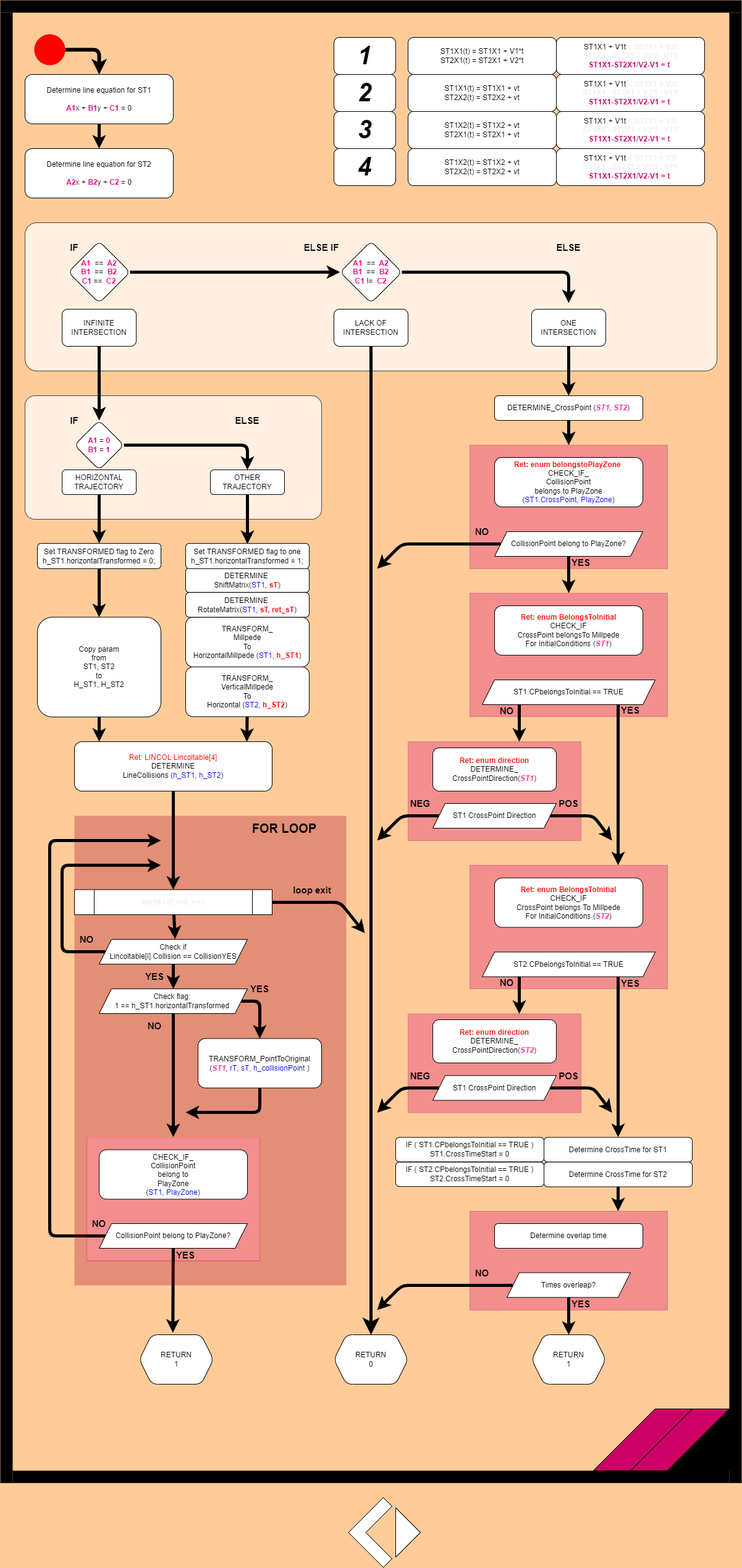
Before: test.drawio.png, a diagram exported from draw.io (bajraan/MWP3_2C1---Stonogi). Source tidied: cells renumbered, new cells last; positions are measured from the earlier drawing's top-left corner, leaving out a move shared by most shapes.
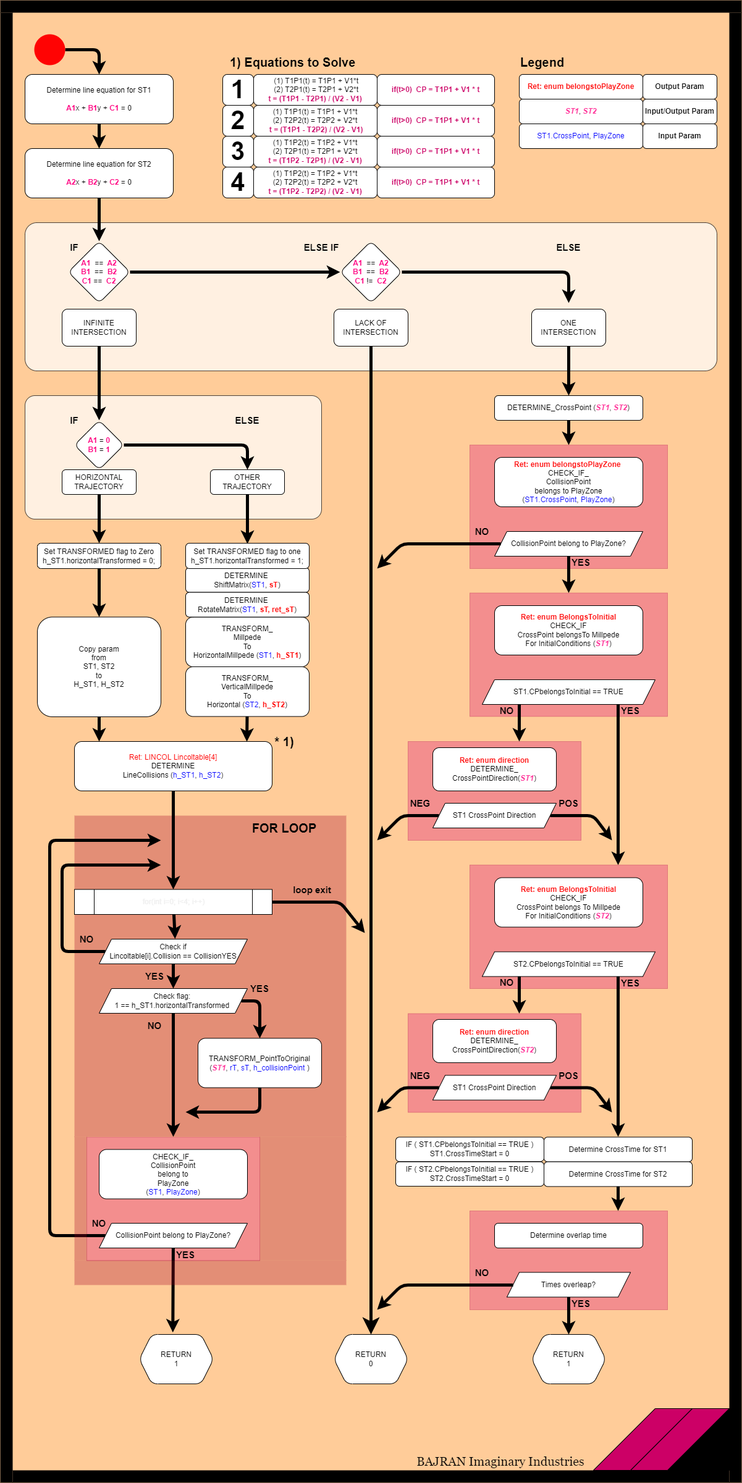
After the change.

Diff of the diagram source:
```diff
@@ -26,12 +26,15 @@
     <mxCell id="9" style="rounded=1;whiteSpace=wrap;html=1;fontColor=#FF0080;opacity=70;strokeOpacity=100;fillOpacity=100;glass=0;sketch=0;shadow=0;arcSize=8;" parent="1" vertex="1">
       <mxGeometry x="40" y="360" width="1120" height="240" as="geometry" />
     </mxCell>
-    <mxCell id="10" style="edgeStyle=none;html=1;entryX=0.5;entryY=0;entryDx=0;entryDy=0;fontColor=#000000;startSize=12;endSize=6;targetPerimeterSpacing=0;strokeColor=default;strokeWidth=5;" parent="1" edge="1" source="11" target="12">
+    <mxCell id="10" style="edgeStyle=none;html=1;entryX=0.5;entryY=0;entryDx=0;entryDy=0;fontColor=#000000;startSize=6;endSize=6;targetPerimeterSpacing=0;strokeColor=default;strokeWidth=5;" parent="1" edge="1" source="11" target="12">
       <mxGeometry relative="1" as="geometry" />
     </mxCell>
     <mxCell id="11" value="Determine line equation for ST1&lt;br&gt;&lt;br&gt;&lt;b&gt;&lt;font color=&quot;#ff0080&quot;&gt;A1&lt;/font&gt;&lt;/b&gt;x +&amp;nbsp;&lt;b&gt;&lt;font color=&quot;#ff0080&quot;&gt;B1&lt;/font&gt;&lt;/b&gt;y +&amp;nbsp;&lt;b&gt;&lt;font color=&quot;#ff0080&quot;&gt;C1&lt;/font&gt;&lt;/b&gt;&amp;nbsp;= 0" style="whiteSpace=wrap;html=1;rounded=1;" parent="1" vertex="1">
       <mxGeometry x="40" y="120" width="240" height="80" as="geometry" />
     </mxCell>
+    <mxCell id="143" style="edgeStyle=none;html=1;entryX=1;entryY=0.25;entryDx=0;entryDy=0;startSize=6;endSize=6;strokeWidth=5;" parent="1" edge="1" source="12" target="40">
+      <mxGeometry relative="1" as="geometry" />
+    </mxCell>
     <mxCell id="12" value="Determine line equation for ST2&lt;br&gt;&lt;br&gt;&lt;b&gt;&lt;font color=&quot;#ff0080&quot;&gt;A2&lt;/font&gt;&lt;/b&gt;x + &lt;b&gt;&lt;font color=&quot;#ff0080&quot;&gt;B2&lt;/font&gt;&lt;/b&gt;y + &lt;b&gt;&lt;font color=&quot;#ff0080&quot;&gt;C2&lt;/font&gt;&lt;/b&gt; = 0" style="whiteSpace=wrap;html=1;rounded=1;" parent="1" vertex="1">
       <mxGeometry x="40" y="240" width="240" height="80" as="geometry" />
     </mxCell>
@@ -199,24 +202,12 @@
     <mxCell id="56" value="&lt;b&gt;&lt;font style=&quot;font-size: 15px&quot;&gt;ELSE&lt;/font&gt;&lt;/b&gt;" style="text;html=1;strokeColor=none;fillColor=none;align=center;verticalAlign=middle;whiteSpace=wrap;rounded=0;" parent="1" vertex="1">
       <mxGeometry x="360" y="660" width="80" height="40" as="geometry" />
     </mxCell>
-    <mxCell id="57" value="ST1X1(t) = ST1X1 + V1*t&lt;br&gt;ST2X1(t) = ST2X1 + V2*t" style="whiteSpace=wrap;html=1;rounded=1;" parent="1" vertex="1">
-      <mxGeometry x="660" y="60" width="240" height="60" as="geometry" />
-    </mxCell>
-    <mxCell id="58" value="&lt;i&gt;&lt;b&gt;&lt;font style=&quot;font-size: 41px&quot;&gt;1&lt;/font&gt;&lt;/b&gt;&lt;/i&gt;" style="whiteSpace=wrap;html=1;rounded=1;" parent="1" vertex="1">
-      <mxGeometry x="540" y="60" width="100" height="60" as="geometry" />
+    <mxCell id="58" value="&lt;b&gt;&lt;font style=&quot;font-size: 41px&quot;&gt;1&lt;/font&gt;&lt;/b&gt;" style="whiteSpace=wrap;html=1;rounded=1;" parent="1" vertex="1">
+      <mxGeometry x="360" y="120" width="50" height="50" as="geometry" />
     </mxCell>
-    <mxCell id="59" value="ST1X2(t) = ST1X2 + vt&lt;br&gt;ST2X1(t) = ST2X1 + vt" style="whiteSpace=wrap;html=1;rounded=1;" parent="1" vertex="1">
-      <mxGeometry x="660" y="180" width="240" height="60" as="geometry" />
-    </mxCell>
-    <mxCell id="60" value="ST1X1 + V1t&amp;nbsp;&lt;font color=&quot;#f0f0f0&quot;&gt;= ST2X1 + V2t&lt;/font&gt;&lt;br style=&quot;color: rgb(255 , 255 , 255)&quot;&gt;&lt;font color=&quot;#f0f0f0&quot;&gt;ST1X1 - ST2X1 = V2*t - V1*t&lt;/font&gt;&lt;br style=&quot;color: rgb(255 , 255 , 255)&quot;&gt;&lt;b&gt;&lt;font color=&quot;#cc0066&quot;&gt;ST1X1-ST2X1/V2-V1 = t&amp;nbsp;&lt;/font&gt;&lt;/b&gt;" style="whiteSpace=wrap;html=1;rounded=1;" parent="1" vertex="1">
-      <mxGeometry x="900" y="60" width="240" height="60" as="geometry" />
+    <mxCell id="60" value="&lt;div&gt;&amp;nbsp;(1) T1P1(t) = T1P1 + V1*t&lt;/div&gt;&lt;div&gt;&amp;nbsp;(2) T2P1(t) = T2P1 + V2*t&lt;/div&gt;&lt;font color=&quot;#cc0066&quot;&gt;&lt;b&gt;t = (T1P1 - T2P1) / (V2 - V1)&lt;/b&gt;&lt;/font&gt;" style="whiteSpace=wrap;html=1;rounded=1;" parent="1" vertex="1">
+      <mxGeometry x="410" y="120" width="200" height="50" as="geometry" />
     </mxCell>
-    <mxCell id="61" value="ST1X2(t) = ST1X2 + vt&lt;br&gt;ST2X2(t) = ST2X2 + vt" style="whiteSpace=wrap;html=1;rounded=1;" parent="1" vertex="1">
-      <mxGeometry x="660" y="240" width="240" height="60" as="geometry" />
-    </mxCell>
-    <mxCell id="62" value="ST1X1(t) = ST1X1 + vt&lt;br&gt;ST2X2(t) = ST2X2 + vt" style="whiteSpace=wrap;html=1;rounded=1;" parent="1" vertex="1">
-      <mxGeometry x="660" y="120" width="240" height="60" as="geometry" />
-    </mxCell>
     <mxCell id="63" style="edgeStyle=none;html=1;strokeWidth=5;exitX=0;exitY=0.5;exitDx=0;exitDy=0;" parent="1" edge="1">
       <mxGeometry relative="1" as="geometry">
         <mxPoint x="830" y="2080" as="sourcePoint" />
@@ -238,7 +229,7 @@
     <mxCell id="67" style="rounded=0;whiteSpace=wrap;html=1;shadow=0;glass=0;labelBackgroundColor=none;labelBorderColor=none;fontColor=#ffffff;fillColor=#000000;strokeColor=none;" parent="1" vertex="1">
       <mxGeometry x="1180" y="20" width="20" height="2380" as="geometry" />
     </mxCell>
-    <mxCell id="68" style="edgeStyle=none;html=1;fontColor=#0000FF;startSize=12;strokeWidth=6;entryX=0.5;entryY=0;entryDx=0;entryDy=0;" parent="1" edge="1" source="69" target="11">
+    <mxCell id="68" style="edgeStyle=none;html=1;fontColor=#0000FF;startSize=6;strokeWidth=5;entryX=0.5;entryY=0;entryDx=0;entryDy=0;" parent="1" edge="1" source="69" target="11">
       <mxGeometry relative="1" as="geometry">
         <Array as="points">
           <mxPoint x="160" y="80" />
@@ -248,23 +239,20 @@
     <mxCell id="69" style="ellipse;fillColor=#FF0303;strokeColor=none;shadow=0;glass=0;labelBackgroundColor=none;labelBorderColor=none;fontColor=#000000;html=1;" parent="1" vertex="1">
       <mxGeometry x="55" y="55" width="50" height="50" as="geometry" />
     </mxCell>
-    <mxCell id="70" value="ST1X1 + V1t&amp;nbsp;&lt;font color=&quot;#f0f0f0&quot;&gt;= ST2X1 + V2t&lt;/font&gt;&lt;br style=&quot;color: rgb(255 , 255 , 255)&quot;&gt;&lt;font color=&quot;#f0f0f0&quot;&gt;ST1X1 - ST2X1 = V2*t - V1*t&lt;/font&gt;&lt;br style=&quot;color: rgb(255 , 255 , 255)&quot;&gt;&lt;b&gt;&lt;font color=&quot;#cc0066&quot;&gt;ST1X1-ST2X1/V2-V1 = t&amp;nbsp;&lt;/font&gt;&lt;/b&gt;" style="whiteSpace=wrap;html=1;rounded=1;" parent="1" vertex="1">
-      <mxGeometry x="900" y="120" width="240" height="60" as="geometry" />
+    <mxCell id="70" value="&lt;div&gt;(1) T1P1(t) = T1P1 + V1*t&lt;/div&gt;&lt;div&gt;(2) T2P2(t) = T2P2 + V2*t&lt;/div&gt;&lt;b&gt;&lt;font color=&quot;#cc0066&quot;&gt;&amp;nbsp;t = (T1P1 - T2P2) / (V2 - V1)&lt;/font&gt;&lt;/b&gt;" style="whiteSpace=wrap;html=1;rounded=1;" parent="1" vertex="1">
+      <mxGeometry x="410" y="170" width="200" height="50" as="geometry" />
     </mxCell>
-    <mxCell id="71" value="ST1X1 + V1t&amp;nbsp;&lt;font color=&quot;#f0f0f0&quot;&gt;= ST2X1 + V2t&lt;/font&gt;&lt;br style=&quot;color: rgb(255 , 255 , 255)&quot;&gt;&lt;font color=&quot;#f0f0f0&quot;&gt;ST1X1 - ST2X1 = V2*t - V1*t&lt;/font&gt;&lt;br style=&quot;color: rgb(255 , 255 , 255)&quot;&gt;&lt;b&gt;&lt;font color=&quot;#cc0066&quot;&gt;ST1X1-ST2X1/V2-V1 = t&amp;nbsp;&lt;/font&gt;&lt;/b&gt;" style="whiteSpace=wrap;html=1;rounded=1;" parent="1" vertex="1">
-      <mxGeometry x="900" y="180" width="240" height="60" as="geometry" />
+    <mxCell id="71" value="&lt;div&gt;(1) T1P2(t) = T1P2 + V1*t&lt;/div&gt;&lt;div&gt;(2) T2P1(t) = T2P1 + V2*t&lt;/div&gt;&lt;font color=&quot;#cc0066&quot;&gt;&lt;b&gt;t = (T1P2 - T2P1) / (V2 - V1)&lt;/b&gt;&lt;/font&gt;" style="whiteSpace=wrap;html=1;rounded=1;" parent="1" vertex="1">
+      <mxGeometry x="410" y="220" width="200" height="50" as="geometry" />
     </mxCell>
-    <mxCell id="72" value="ST1X1 + V1t&amp;nbsp;&lt;font color=&quot;#f0f0f0&quot;&gt;= ST2X1 + V2t&lt;/font&gt;&lt;br style=&quot;color: rgb(255 , 255 , 255)&quot;&gt;&lt;font color=&quot;#f0f0f0&quot;&gt;ST1X1 - ST2X1 = V2*t - V1*t&lt;/font&gt;&lt;br style=&quot;color: rgb(255 , 255 , 255)&quot;&gt;&lt;b&gt;&lt;font color=&quot;#cc0066&quot;&gt;ST1X1-ST2X1/V2-V1 = t&amp;nbsp;&lt;/font&gt;&lt;/b&gt;" style="whiteSpace=wrap;html=1;rounded=1;" parent="1" vertex="1">
-      <mxGeometry x="900" y="240" width="240" height="60" as="geometry" />
-    </mxCell>
-    <mxCell id="73" value="&lt;i&gt;&lt;b&gt;&lt;font style=&quot;font-size: 41px&quot;&gt;2&lt;/font&gt;&lt;/b&gt;&lt;/i&gt;" style="whiteSpace=wrap;html=1;rounded=1;" parent="1" vertex="1">
-      <mxGeometry x="540" y="120" width="100" height="60" as="geometry" />
+    <mxCell id="73" value="&lt;b&gt;&lt;font style=&quot;font-size: 41px&quot;&gt;2&lt;/font&gt;&lt;/b&gt;" style="whiteSpace=wrap;html=1;rounded=1;" parent="1" vertex="1">
+      <mxGeometry x="360" y="170" width="50" height="50" as="geometry" />
     </mxCell>
-    <mxCell id="74" value="&lt;font face=&quot;helvetica&quot;&gt;&lt;span style=&quot;font-size: 41px&quot;&gt;&lt;b&gt;&lt;i&gt;3&lt;/i&gt;&lt;/b&gt;&lt;/span&gt;&lt;/font&gt;" style="whiteSpace=wrap;html=1;rounded=1;" parent="1" vertex="1">
-      <mxGeometry x="540" y="180" width="100" height="60" as="geometry" />
+    <mxCell id="74" value="&lt;font face=&quot;helvetica&quot;&gt;&lt;span style=&quot;font-size: 41px&quot;&gt;&lt;b&gt;3&lt;/b&gt;&lt;/span&gt;&lt;/font&gt;" style="whiteSpace=wrap;html=1;rounded=1;" parent="1" vertex="1">
+      <mxGeometry x="360" y="220" width="50" height="50" as="geometry" />
     </mxCell>
-    <mxCell id="75" value="&lt;span style=&quot;font-size: 41px&quot;&gt;&lt;b&gt;&lt;i&gt;4&lt;/i&gt;&lt;/b&gt;&lt;/span&gt;" style="whiteSpace=wrap;html=1;rounded=1;" parent="1" vertex="1">
-      <mxGeometry x="540" y="240" width="100" height="60" as="geometry" />
+    <mxCell id="75" value="&lt;span style=&quot;font-size: 41px&quot;&gt;&lt;b&gt;4&lt;/b&gt;&lt;/span&gt;" style="whiteSpace=wrap;html=1;rounded=1;" parent="1" vertex="1">
+      <mxGeometry x="360" y="270" width="50" height="50" as="geometry" />
     </mxCell>
     <mxCell id="76" value="&lt;b&gt;&lt;font color=&quot;#ff0303&quot;&gt;Ret: enum BelongsToInitial&lt;/font&gt;&lt;/b&gt;&lt;br&gt;CHECK_IF&lt;br&gt;CrossPoint belongsTo Millpede&lt;br&gt;For InitialConditions (&lt;b&gt;&lt;i&gt;&lt;font color=&quot;#ff3399&quot;&gt;ST1&lt;/font&gt;&lt;/i&gt;&lt;/b&gt;)" style="whiteSpace=wrap;html=1;rounded=1;" parent="1" vertex="1">
       <mxGeometry x="800" y="980" width="240" height="80" as="geometry" />
@@ -507,14 +495,59 @@
     <mxCell id="139" style="rounded=0;whiteSpace=wrap;html=1;shadow=0;glass=0;opacity=30;fillColor=#a20025;fontColor=#ffffff;strokeColor=none;" parent="1" vertex="1">
       <mxGeometry x="120" y="1840" width="20" height="200" as="geometry" />
     </mxCell>
-    <mxCell id="140" style="triangle;whiteSpace=wrap;html=1;fontFamily=Courier New;fontSize=36;fontColor=#FF0303;" parent="1" vertex="1">
-      <mxGeometry x="640" y="2440" width="40" height="80" as="geometry" />
-    </mxCell>
-    <mxCell id="141" style="shape=corner;whiteSpace=wrap;html=1;fontFamily=Courier New;fontSize=36;fontColor=#FF0303;rotation=-45;dx=20;dy=20;" parent="1" vertex="1">
-      <mxGeometry x="580" y="2440" width="80" height="80" as="geometry" />
-    </mxCell>
     <mxCell id="142" value="&lt;span style=&quot;font-size: 15px&quot;&gt;&lt;b&gt;loop exit&lt;/b&gt;&lt;/span&gt;" style="text;html=1;strokeColor=none;fillColor=none;align=center;verticalAlign=middle;whiteSpace=wrap;rounded=0;shadow=0;glass=0;labelBackgroundColor=none;labelBorderColor=none;opacity=30;" parent="1" vertex="1">
       <mxGeometry x="470" y="1430" width="70" height="20" as="geometry" />
     </mxCell>
+    <mxCell id="144" value="&lt;b&gt;&lt;font color=&quot;#000000&quot; style=&quot;font-size: 20px&quot;&gt;* 1)&lt;/font&gt;&lt;/b&gt;" style="text;html=1;strokeColor=none;fillColor=none;align=center;verticalAlign=middle;whiteSpace=wrap;rounded=0;fontColor=#0000FF;" parent="1" vertex="1">
+      <mxGeometry x="440" y="1180" width="40" height="40" as="geometry" />
+    </mxCell>
+    <mxCell id="145" value="&lt;span style=&quot;font-size: 20px&quot;&gt;&lt;font color=&quot;#000000&quot;&gt;BAJRAN Imaginary Industries&lt;/font&gt;&lt;/span&gt;" style="text;html=1;strokeColor=none;fillColor=none;align=center;verticalAlign=middle;whiteSpace=wrap;rounded=0;fontFamily=Georgia;" parent="1" vertex="1">
+      <mxGeometry x="660" y="2350" width="300" height="30" as="geometry" />
+    </mxCell>
+    <mxCell id="146" value="&lt;div&gt;&lt;/div&gt;&lt;font color=&quot;#cc0066&quot;&gt;&lt;b&gt;if(t&amp;gt;0)&amp;nbsp; CP = T1P1 + V1 * t&lt;/b&gt;&lt;/font&gt;" style="whiteSpace=wrap;html=1;rounded=1;" parent="1" vertex="1">
+      <mxGeometry x="610" y="120" width="190" height="50" as="geometry" />
+    </mxCell>
+    <mxCell id="147" value="&lt;font color=&quot;#000000&quot;&gt;&lt;span style=&quot;font-size: 20px&quot;&gt;&lt;b&gt;1) Equations to Solve&lt;/b&gt;&lt;/span&gt;&lt;/font&gt;" style="text;html=1;strokeColor=none;fillColor=none;align=left;verticalAlign=middle;whiteSpace=wrap;rounded=0;fontColor=#0000FF;" parent="1" vertex="1">
+      <mxGeometry x="370" y="80" width="220" height="40" as="geometry" />
+    </mxCell>
+    <mxCell id="148" value="&lt;div&gt;&lt;/div&gt;&lt;font color=&quot;#cc0066&quot;&gt;&lt;b&gt;if(t&amp;gt;0)&amp;nbsp; CP = T1P1 + V1 * t&lt;/b&gt;&lt;/font&gt;" style="whiteSpace=wrap;html=1;rounded=1;" parent="1" vertex="1">
+      <mxGeometry x="610" y="170" width="190" height="50" as="geometry" />
+    </mxCell>
+    <mxCell id="149" value="&lt;div&gt;&lt;/div&gt;&lt;font color=&quot;#cc0066&quot;&gt;&lt;b&gt;if(t&amp;gt;0)&amp;nbsp; CP = T1P1 + V1 * t&lt;/b&gt;&lt;/font&gt;" style="whiteSpace=wrap;html=1;rounded=1;" parent="1" vertex="1">
+      <mxGeometry x="610" y="220" width="190" height="50" as="geometry" />
+    </mxCell>
+    <mxCell id="150" value="&lt;div&gt;&lt;/div&gt;&lt;font color=&quot;#cc0066&quot;&gt;&lt;b&gt;if(t&amp;gt;0)&amp;nbsp; CP = T1P1 + V1 * t&lt;/b&gt;&lt;/font&gt;" style="whiteSpace=wrap;html=1;rounded=1;" parent="1" vertex="1">
+      <mxGeometry x="610" y="270" width="190" height="50" as="geometry" />
+    </mxCell>
+    <mxCell id="151" style="edgeStyle=none;html=1;fontFamily=Georgia;fontSize=20;fontColor=#CC0066;startSize=6;endSize=6;strokeWidth=5;" parent="1" edge="1">
+      <mxGeometry relative="1" as="geometry">
+        <mxPoint x="660" y="280" as="sourcePoint" />
+        <mxPoint x="660" y="280" as="targetPoint" />
+      </mxGeometry>
+    </mxCell>
+    <mxCell id="152" value="&lt;div&gt;&lt;div&gt;(1) T1P2(t) = T1P2 + V1*t&lt;/div&gt;&lt;div&gt;(2) T2P2(t) = T2P2 + V2*t&lt;/div&gt;&lt;/div&gt;&lt;font color=&quot;#cc0066&quot;&gt;&lt;b&gt;t = (T1P2 - T2P2) / (V2 - V1)&lt;/b&gt;&lt;/font&gt;" style="whiteSpace=wrap;html=1;rounded=1;" parent="1" vertex="1">
+      <mxGeometry x="410" y="270" width="200" height="50" as="geometry" />
+    </mxCell>
+    <mxCell id="153" value="&lt;font color=&quot;#000000&quot;&gt;&lt;span style=&quot;font-size: 20px&quot;&gt;&lt;b&gt;Legend&lt;/b&gt;&lt;/span&gt;&lt;/font&gt;" style="text;html=1;strokeColor=none;fillColor=none;align=left;verticalAlign=middle;whiteSpace=wrap;rounded=0;fontColor=#0000FF;" parent="1" vertex="1">
+      <mxGeometry x="840" y="80" width="220" height="40" as="geometry" />
+    </mxCell>
+    <mxCell id="154" value="&lt;div&gt;&lt;/div&gt;&lt;b style=&quot;color: rgb(255 , 3 , 3)&quot;&gt;Ret: enum belongstoPlayZone&lt;/b&gt;&lt;font color=&quot;#cc0066&quot;&gt;&lt;b&gt;&lt;br&gt;&lt;/b&gt;&lt;/font&gt;" style="whiteSpace=wrap;html=1;rounded=1;" parent="1" vertex="1">
+      <mxGeometry x="840" y="120" width="200" height="40" as="geometry" />
+    </mxCell>
+    <mxCell id="155" value="&lt;div&gt;&lt;/div&gt;&lt;b&gt;&lt;font color=&quot;#ff3399&quot;&gt;&lt;i&gt;ST1&lt;/i&gt;&lt;/font&gt;&lt;/b&gt;,&lt;b&gt;&lt;i style=&quot;color: rgb(255 , 51 , 153)&quot;&gt;&amp;nbsp;&lt;/i&gt;&lt;font color=&quot;#ff3399&quot;&gt;&lt;i&gt;ST2&lt;/i&gt;&lt;/font&gt;&lt;/b&gt;&lt;font color=&quot;#cc0066&quot;&gt;&lt;b&gt;&lt;br&gt;&lt;/b&gt;&lt;/font&gt;" style="whiteSpace=wrap;html=1;rounded=1;" parent="1" vertex="1">
+      <mxGeometry x="840" y="160" width="200" height="40" as="geometry" />
+    </mxCell>
+    <mxCell id="156" value="&lt;div&gt;&lt;/div&gt;&lt;font color=&quot;#0000ff&quot;&gt;ST1.CrossPoint&lt;/font&gt;,&lt;font color=&quot;#0000ff&quot;&gt;&amp;nbsp;PlayZone&lt;/font&gt;&lt;font color=&quot;#cc0066&quot;&gt;&lt;b&gt;&lt;br&gt;&lt;/b&gt;&lt;/font&gt;" style="whiteSpace=wrap;html=1;rounded=1;" parent="1" vertex="1">
+      <mxGeometry x="840" y="200" width="200" height="40" as="geometry" />
+    </mxCell>
+    <mxCell id="157" value="&lt;div&gt;&lt;/div&gt;&lt;b&gt;Input Param&lt;br&gt;&lt;/b&gt;" style="whiteSpace=wrap;html=1;rounded=1;" parent="1" vertex="1">
+      <mxGeometry x="1040" y="200" width="120" height="40" as="geometry" />
+    </mxCell>
+    <mxCell id="158" value="&lt;div&gt;&lt;/div&gt;&lt;b&gt;Input/Output Param&lt;/b&gt;&lt;font color=&quot;#cc0066&quot;&gt;&lt;b&gt;&lt;br&gt;&lt;/b&gt;&lt;/font&gt;" style="whiteSpace=wrap;html=1;rounded=1;" parent="1" vertex="1">
+      <mxGeometry x="1040" y="160" width="120" height="40" as="geometry" />
+    </mxCell>
+    <mxCell id="159" value="&lt;div&gt;&lt;/div&gt;&lt;b&gt;Output Param&lt;br&gt;&lt;/b&gt;" style="whiteSpace=wrap;html=1;rounded=1;" parent="1" vertex="1">
+      <mxGeometry x="1040" y="120" width="120" height="40" as="geometry" />
+    </mxCell>
   </root>
 </mxGraphModel>
```
